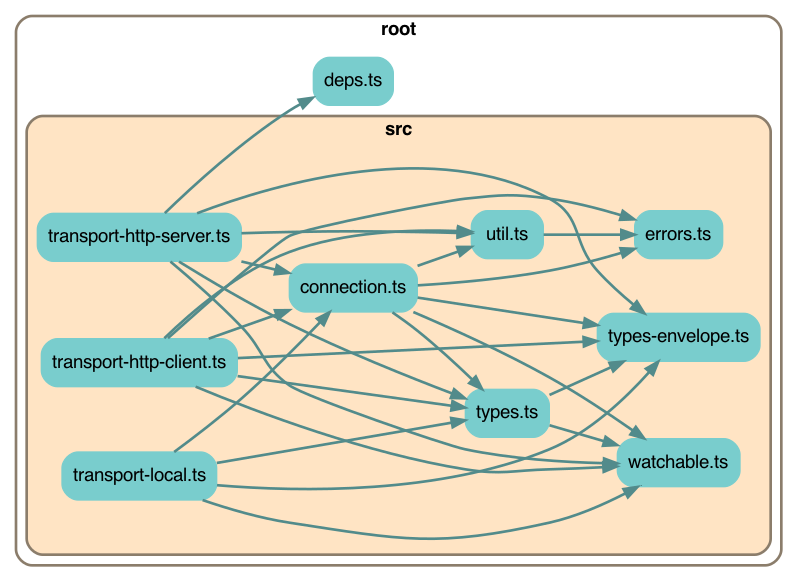
Before: depchart/depchart-simple.png, a diagram exported from Graphviz (earthstar-project/earthstar-streaming-rpc). Its source is kept beside it as depchart/depchart-simple.dot.
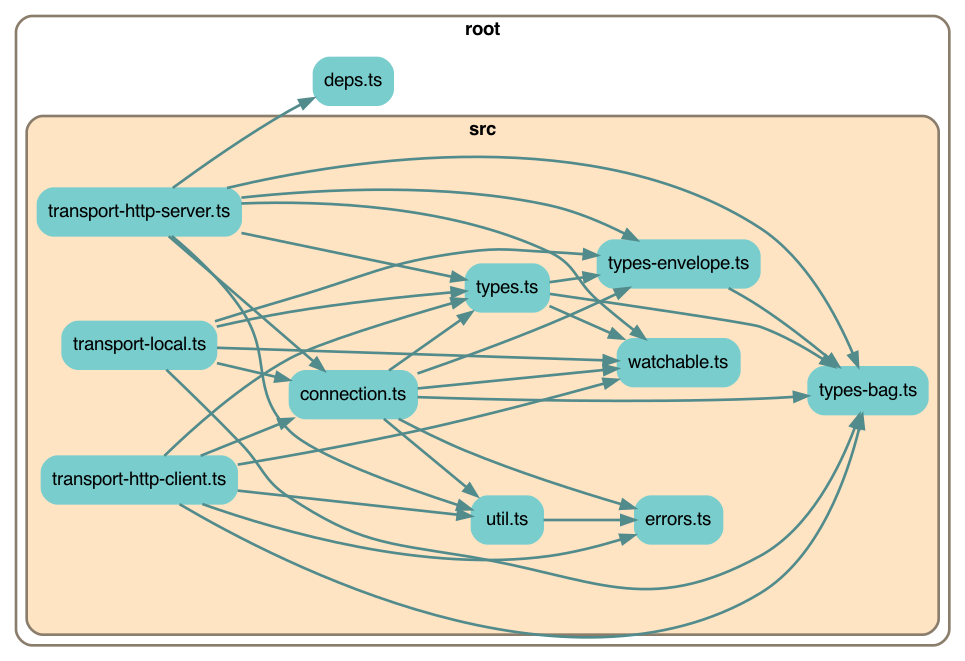
After the change.

Change to the diagram source:
```diff
@@ -7,7 +7,7 @@
     edge [fontname = "helvetica"];
 
 
-    subgraph cluster6120518647 {
+    subgraph cluster7484784333 {
         label=<<b>root</b>>;
         style="rounded";
         color=bisque4;
@@ -15,7 +15,7 @@
 
         "deps.ts" [label="deps.ts", shape=rectangle; style="rounded,filled"; color=darkslategray3];
 
-        subgraph cluster9450472687 {
+        subgraph cluster249736545 {
             label=<<b>src</b>>;
             style="rounded,filled";
             fillcolor=bisque;
@@ -27,6 +27,7 @@
             "src/transport-http-client.ts" [label="transport-http-client.ts", shape=rectangle; style="rounded,filled"; color=darkslategray3];
             "src/transport-http-server.ts" [label="transport-http-server.ts", shape=rectangle; style="rounded,filled"; color=darkslategray3];
             "src/transport-local.ts" [label="transport-local.ts", shape=rectangle; style="rounded,filled"; color=darkslategray3];
+            "src/types-bag.ts" [label="types-bag.ts", shape=rectangle; style="rounded,filled"; color=darkslategray3];
             "src/types-envelope.ts" [label="types-envelope.ts", shape=rectangle; style="rounded,filled"; color=darkslategray3];
             "src/types.ts" [label="types.ts", shape=rectangle; style="rounded,filled"; color=darkslategray3];
             "src/util.ts" [label="util.ts", shape=rectangle; style="rounded,filled"; color=darkslategray3];
@@ -36,26 +37,31 @@
 
     "src/connection.ts" -> "src/errors.ts" [penwidth=2; color=darkslategray4];
     "src/connection.ts" -> "src/types.ts" [penwidth=2; color=darkslategray4];
+    "src/connection.ts" -> "src/types-bag.ts" [penwidth=2; color=darkslategray4];
     "src/connection.ts" -> "src/types-envelope.ts" [penwidth=2; color=darkslategray4];
     "src/connection.ts" -> "src/watchable.ts" [penwidth=2; color=darkslategray4];
     "src/connection.ts" -> "src/util.ts" [penwidth=2; color=darkslategray4];
+    "src/transport-http-client.ts" -> "src/types-bag.ts" [penwidth=2; color=darkslategray4];
     "src/transport-http-client.ts" -> "src/errors.ts" [penwidth=2; color=darkslategray4];
     "src/transport-http-client.ts" -> "src/types.ts" [penwidth=2; color=darkslategray4];
-    "src/transport-http-client.ts" -> "src/types-envelope.ts" [penwidth=2; color=darkslategray4];
     "src/transport-http-client.ts" -> "src/watchable.ts" [penwidth=2; color=darkslategray4];
     "src/transport-http-client.ts" -> "src/util.ts" [penwidth=2; color=darkslategray4];
     "src/transport-http-client.ts" -> "src/connection.ts" [penwidth=2; color=darkslategray4];
+    "src/transport-http-server.ts" -> "src/types-bag.ts" [penwidth=2; color=darkslategray4];
     "src/transport-http-server.ts" -> "src/types.ts" [penwidth=2; color=darkslategray4];
     "src/transport-http-server.ts" -> "src/types-envelope.ts" [penwidth=2; color=darkslategray4];
     "src/transport-http-server.ts" -> "src/util.ts" [penwidth=2; color=darkslategray4];
     "src/transport-http-server.ts" -> "src/watchable.ts" [penwidth=2; color=darkslategray4];
     "src/transport-http-server.ts" -> "src/connection.ts" [penwidth=2; color=darkslategray4];
     "src/transport-http-server.ts" -> "deps.ts" [penwidth=2; color=darkslategray4];
+    "src/transport-local.ts" -> "src/types-bag.ts" [penwidth=2; color=darkslategray4];
     "src/transport-local.ts" -> "src/types.ts" [penwidth=2; color=darkslategray4];
     "src/transport-local.ts" -> "src/types-envelope.ts" [penwidth=2; color=darkslategray4];
     "src/transport-local.ts" -> "src/watchable.ts" [penwidth=2; color=darkslategray4];
     "src/transport-local.ts" -> "src/connection.ts" [penwidth=2; color=darkslategray4];
+    "src/types-envelope.ts" -> "src/types-bag.ts" [penwidth=2; color=darkslategray4];
     "src/types.ts" -> "src/types-envelope.ts" [penwidth=2; color=darkslategray4];
+    "src/types.ts" -> "src/types-bag.ts" [penwidth=2; color=darkslategray4];
     "src/types.ts" -> "src/watchable.ts" [penwidth=2; color=darkslategray4];
     "src/util.ts" -> "src/errors.ts" [penwidth=2; color=darkslategray4];
 
```
